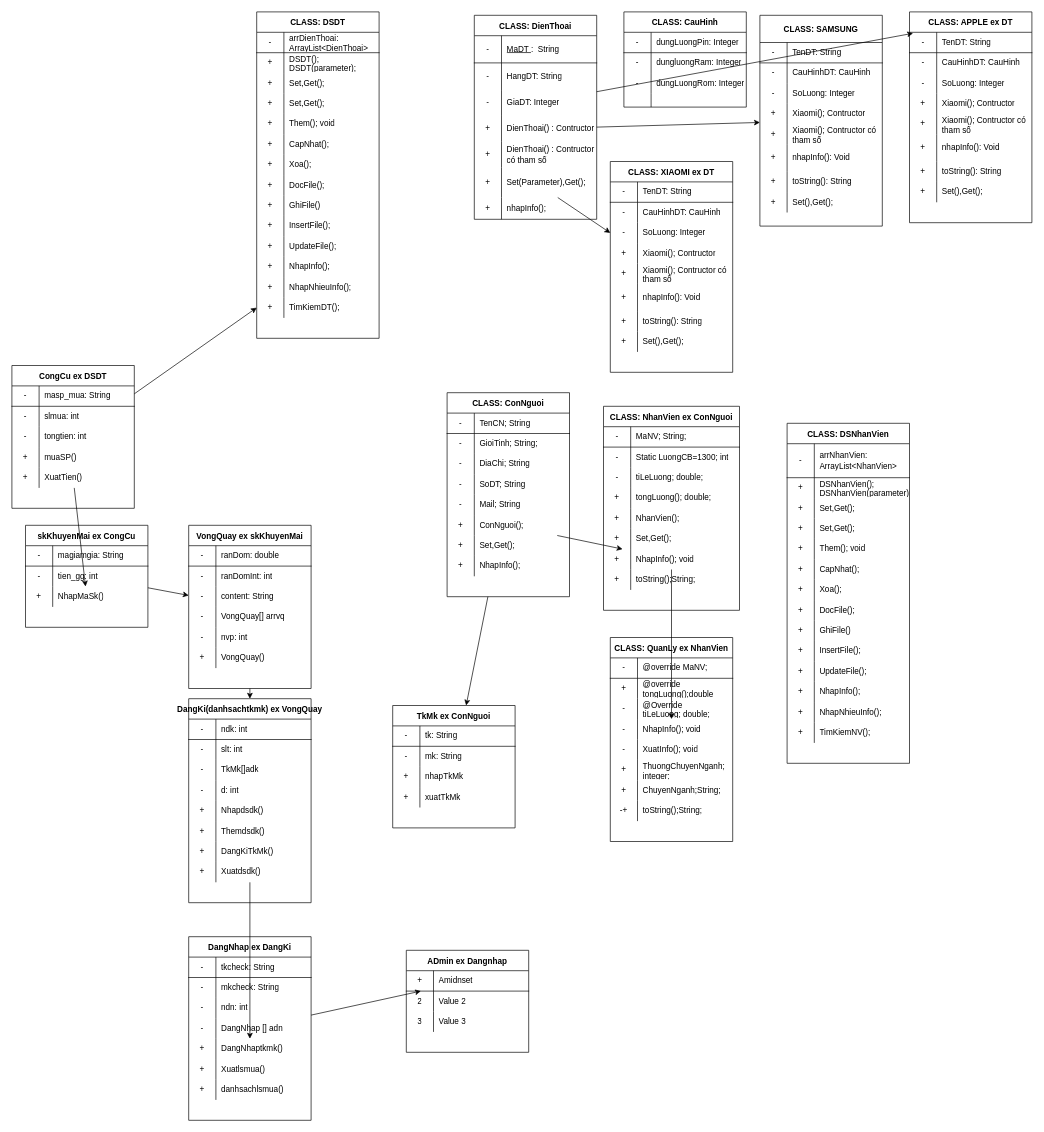
haiduongxz/gg123.github.io keeps this draw.io diagram as Untitled Diagram.drawio. Above is the earlier version. Source tidied: cells renumbered, new cells numbered last; positions are measured from the earlier drawing's top-left corner, leaving out a move shared by most shapes. Both pictures are drawn from the tidied source at 68%, with x=0, y=0 at pixel (12, 12).
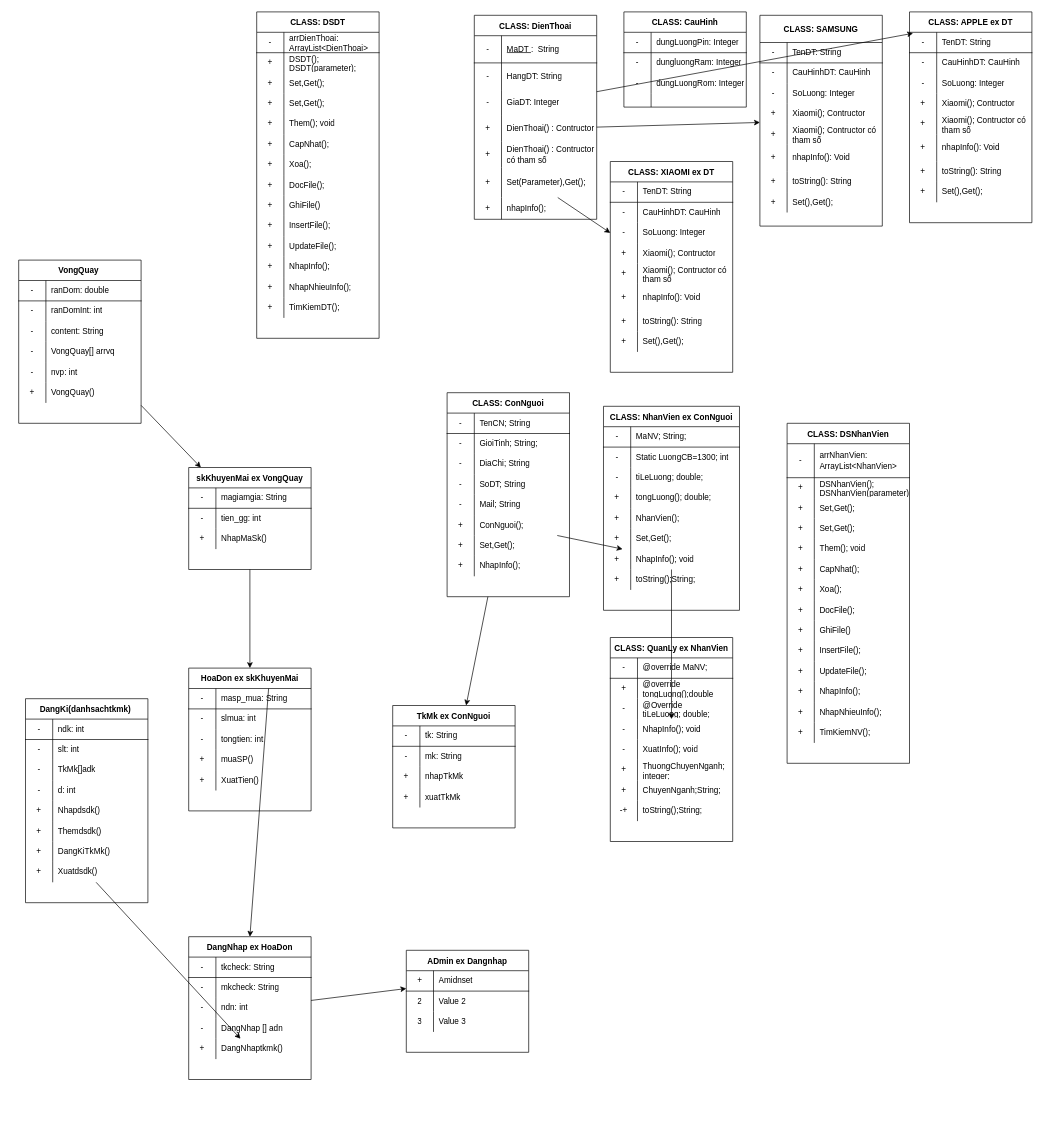
After the change.

Unchanged cells that the change refers to:
```xml
<mxCell id="180" style="shape=partialRectangle;html=1;whiteSpace=wrap;fillColor=none;top=0;left=0;bottom=0;right=0;points=[[0,0.5],[1,0.5]];portConstraint=eastwest;rounded=0;shadow=0;sketch=0;startSize=30;" parent="140" vertex="1">
  <mxGeometry y="420" width="180" height="30" as="geometry" />
</mxCell>
<mxCell id="343" style="shape=partialRectangle;html=1;whiteSpace=wrap;fillColor=none;top=0;left=0;bottom=0;right=0;points=[[0,0.5],[1,0.5]];portConstraint=eastwest;" parent="336" vertex="1">
  <mxGeometry y="90" width="180" height="30" as="geometry" />
</mxCell>
<mxCell id="360" style="shape=partialRectangle;html=1;whiteSpace=wrap;fillColor=none;top=0;left=0;bottom=0;right=0;points=[[0,0.5],[1,0.5]];portConstraint=eastwest;" parent="347" vertex="1">
  <mxGeometry y="150" width="180" height="30" as="geometry" />
</mxCell>
```

Change to the diagram source:
```diff
@@
-    <mxCell id="291" value="DangKi(danhsachtkmk) ex VongQuay" style="shape=table;startSize=30;childLayout=tableLayout;rowLines=0;fontStyle=1;align=center;" parent="1" vertex="1">
-      <mxGeometry x="260" y="1010" width="180" height="300" as="geometry" />
+    <mxCell id="291" value="DangKi(danhsachtkmk) " style="shape=table;startSize=30;childLayout=tableLayout;rowLines=0;fontStyle=1;align=center;" parent="1" vertex="1">
+      <mxGeometry x="20" y="1010" width="180" height="300" as="geometry" />
     </mxCell>
@@
-    <mxCell id="316" value="VongQuay ex skKhuyenMai" style="shape=table;startSize=30;childLayout=tableLayout;rowLines=0;fontStyle=1;align=center;" parent="1" vertex="1">
-      <mxGeometry x="260" y="755" width="180" height="240" as="geometry" />
+    <mxCell id="316" value="VongQuay " style="shape=table;startSize=30;childLayout=tableLayout;rowLines=0;fontStyle=1;align=center;" parent="1" vertex="1">
+      <mxGeometry x="10" y="365" width="180" height="240" as="geometry" />
     </mxCell>
@@
-    <mxCell id="335" style="endArrow=classic;html=1;rounded=0;" parent="1" edge="1" source="316" target="291">
+    <mxCell id="335" style="endArrow=classic;html=1;rounded=0;entryX=0.5;entryY=0;entryDx=0;entryDy=0;exitX=0.655;exitY=0.118;exitDx=0;exitDy=0;exitPerimeter=0;" parent="1" edge="1" source="347" target="365">
       <mxGeometry relative="1" as="geometry" />
     </mxCell>
-    <mxCell id="336" value="skKhuyenMai ex CongCu" style="shape=table;startSize=30;childLayout=tableLayout;rowLines=0;fontStyle=1;align=center;" parent="1" vertex="1">
-      <mxGeometry x="20" y="755" width="180" height="150" as="geometry" />
+    <mxCell id="336" value="skKhuyenMai ex VongQuay" style="shape=table;startSize=30;childLayout=tableLayout;rowLines=0;fontStyle=1;align=center;" parent="1" vertex="1">
+      <mxGeometry x="260" y="670" width="180" height="150" as="geometry" />
     </mxCell>
@@
-    <mxCell id="346" style="endArrow=classic;html=1;rounded=0;" parent="1" edge="1" source="336" target="316">
+    <mxCell id="346" style="endArrow=classic;html=1;rounded=0;" parent="1" edge="1" source="316" target="336">
       <mxGeometry relative="1" as="geometry" />
     </mxCell>
-    <mxCell id="347" value="CongCu ex DSDT" style="shape=table;startSize=30;childLayout=tableLayout;rowLines=0;fontStyle=1;align=center;" parent="1" vertex="1">
-      <mxGeometry y="520" width="180" height="210" as="geometry" />
+    <mxCell id="347" value="HoaDon ex skKhuyenMai" style="shape=table;startSize=30;childLayout=tableLayout;rowLines=0;fontStyle=1;align=center;" parent="1" vertex="1">
+      <mxGeometry x="260" y="965" width="180" height="210" as="geometry" />
     </mxCell>
@@
-    <mxCell id="363" style="endArrow=classic;html=1;rounded=0;entryX=0;entryY=0.5;entryDx=0;entryDy=0;" parent="1" edge="1" source="347" target="180">
-      <mxGeometry relative="1" as="geometry" />
-    </mxCell>
-    <mxCell id="364" style="endArrow=classic;html=1;rounded=0;" parent="1" edge="1" source="360" target="343">
+    <mxCell id="364" style="endArrow=classic;html=1;rounded=0;" parent="1" edge="1" source="336" target="347">
       <mxGeometry relative="1" as="geometry" />
     </mxCell>
-    <mxCell id="365" value="DangNhap ex DangKi" style="shape=table;startSize=30;childLayout=tableLayout;rowLines=0;fontStyle=1;align=center;" parent="1" vertex="1">
-      <mxGeometry x="260" y="1360" width="180" height="270" as="geometry" />
+    <mxCell id="365" value="DangNhap ex HoaDon" style="shape=table;startSize=30;childLayout=tableLayout;rowLines=0;fontStyle=1;align=center;" parent="1" vertex="1">
+      <mxGeometry x="260" y="1360" width="180" height="210" as="geometry" />
     </mxCell>
@@
-    <mxCell id="381" style="shape=partialRectangle;html=1;whiteSpace=wrap;fillColor=none;top=0;left=0;bottom=0;right=0;" parent="365" vertex="1">
-      <mxGeometry y="180" width="180" height="30" as="geometry" />
-    </mxCell>
-    <mxCell id="382" value="+" style="shape=partialRectangle;html=1;whiteSpace=wrap;fillColor=none;top=0;left=0;bottom=0;right=0;overflow=hidden;" parent="381" vertex="1">
-      <mxGeometry width="40" height="30" as="geometry" />
-    </mxCell>
-    <mxCell id="383" value="Xuatlsmua()" style="shape=partialRectangle;html=1;whiteSpace=wrap;fillColor=none;top=0;left=0;bottom=0;right=0;align=left;spacingLeft=6;overflow=hidden;" parent="381" vertex="1">
-      <mxGeometry x="40" width="140" height="30" as="geometry" />
-    </mxCell>
-    <mxCell id="384" style="shape=partialRectangle;html=1;whiteSpace=wrap;fillColor=none;top=0;left=0;bottom=0;right=0;" parent="365" vertex="1">
-      <mxGeometry y="210" width="180" height="30" as="geometry" />
-    </mxCell>
-    <mxCell id="385" value="+" style="shape=partialRectangle;html=1;whiteSpace=wrap;fillColor=none;top=0;left=0;bottom=0;right=0;overflow=hidden;" parent="384" vertex="1">
-      <mxGeometry width="40" height="30" as="geometry" />
-    </mxCell>
-    <mxCell id="386" value="danhsachlsmua()" style="shape=partialRectangle;html=1;whiteSpace=wrap;fillColor=none;top=0;left=0;bottom=0;right=0;align=left;spacingLeft=6;overflow=hidden;" parent="384" vertex="1">
-      <mxGeometry x="40" width="140" height="30" as="geometry" />
-    </mxCell>
```
